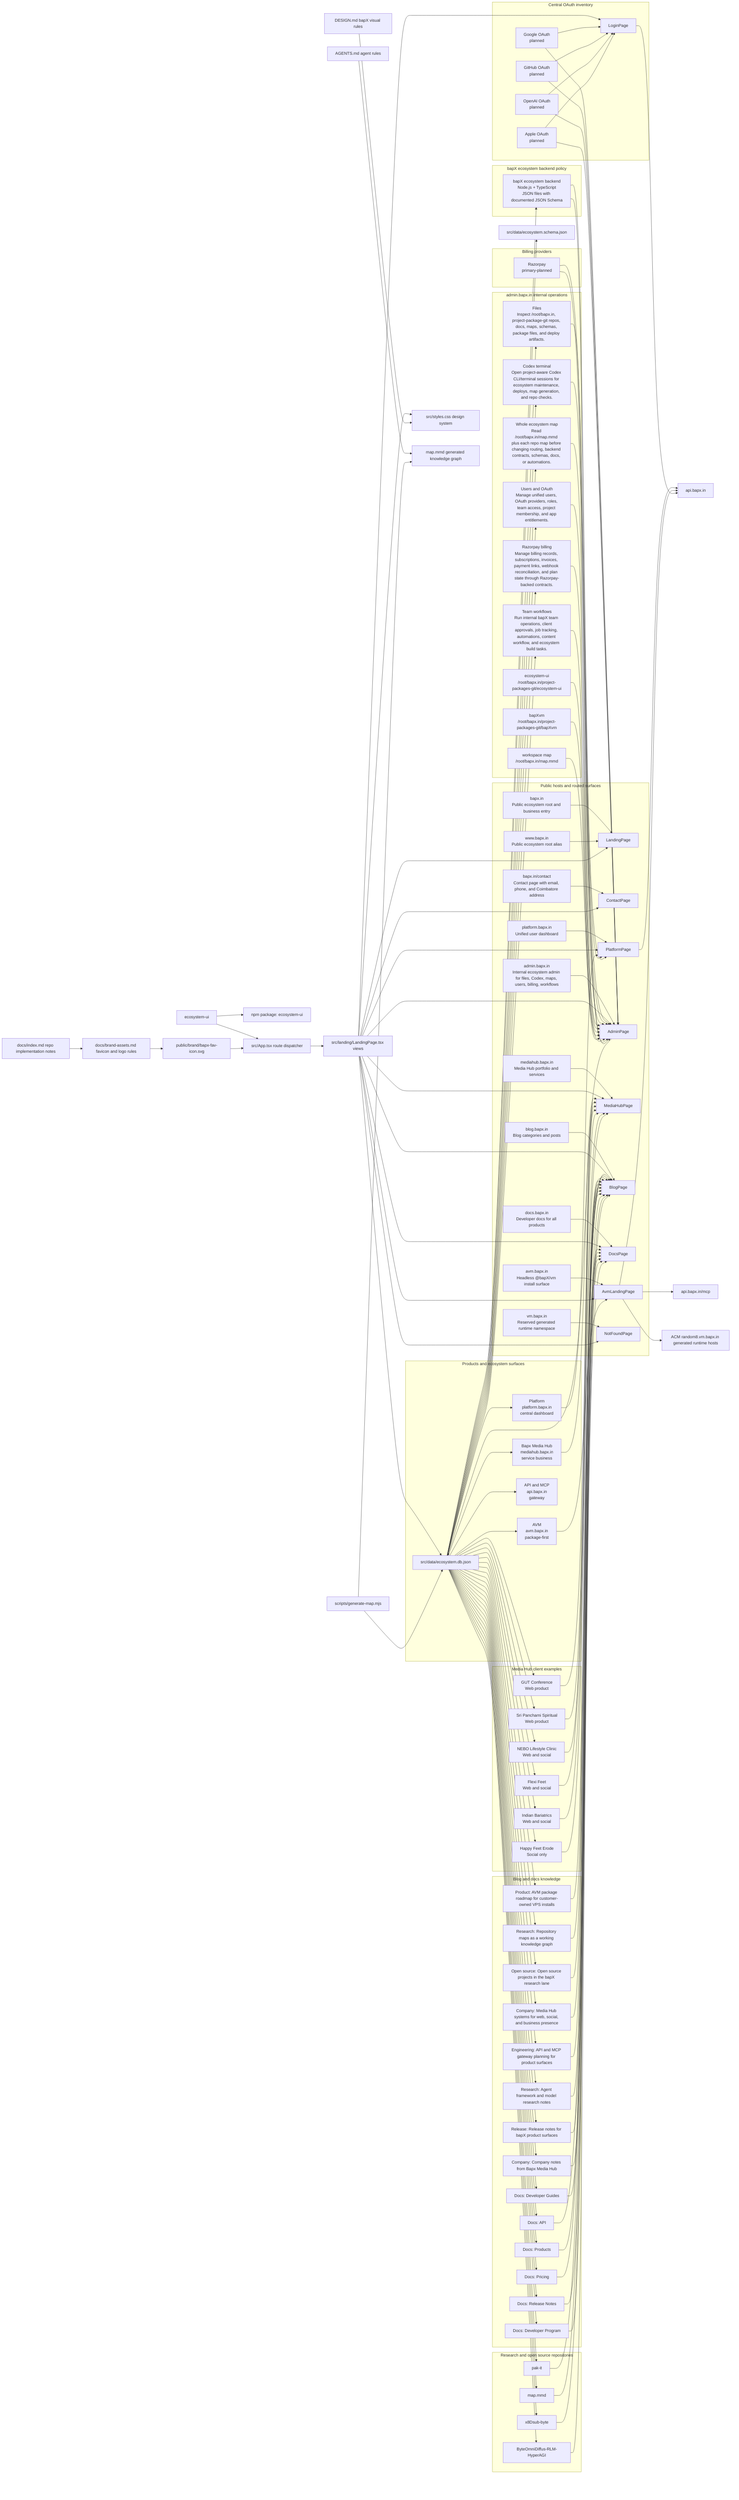
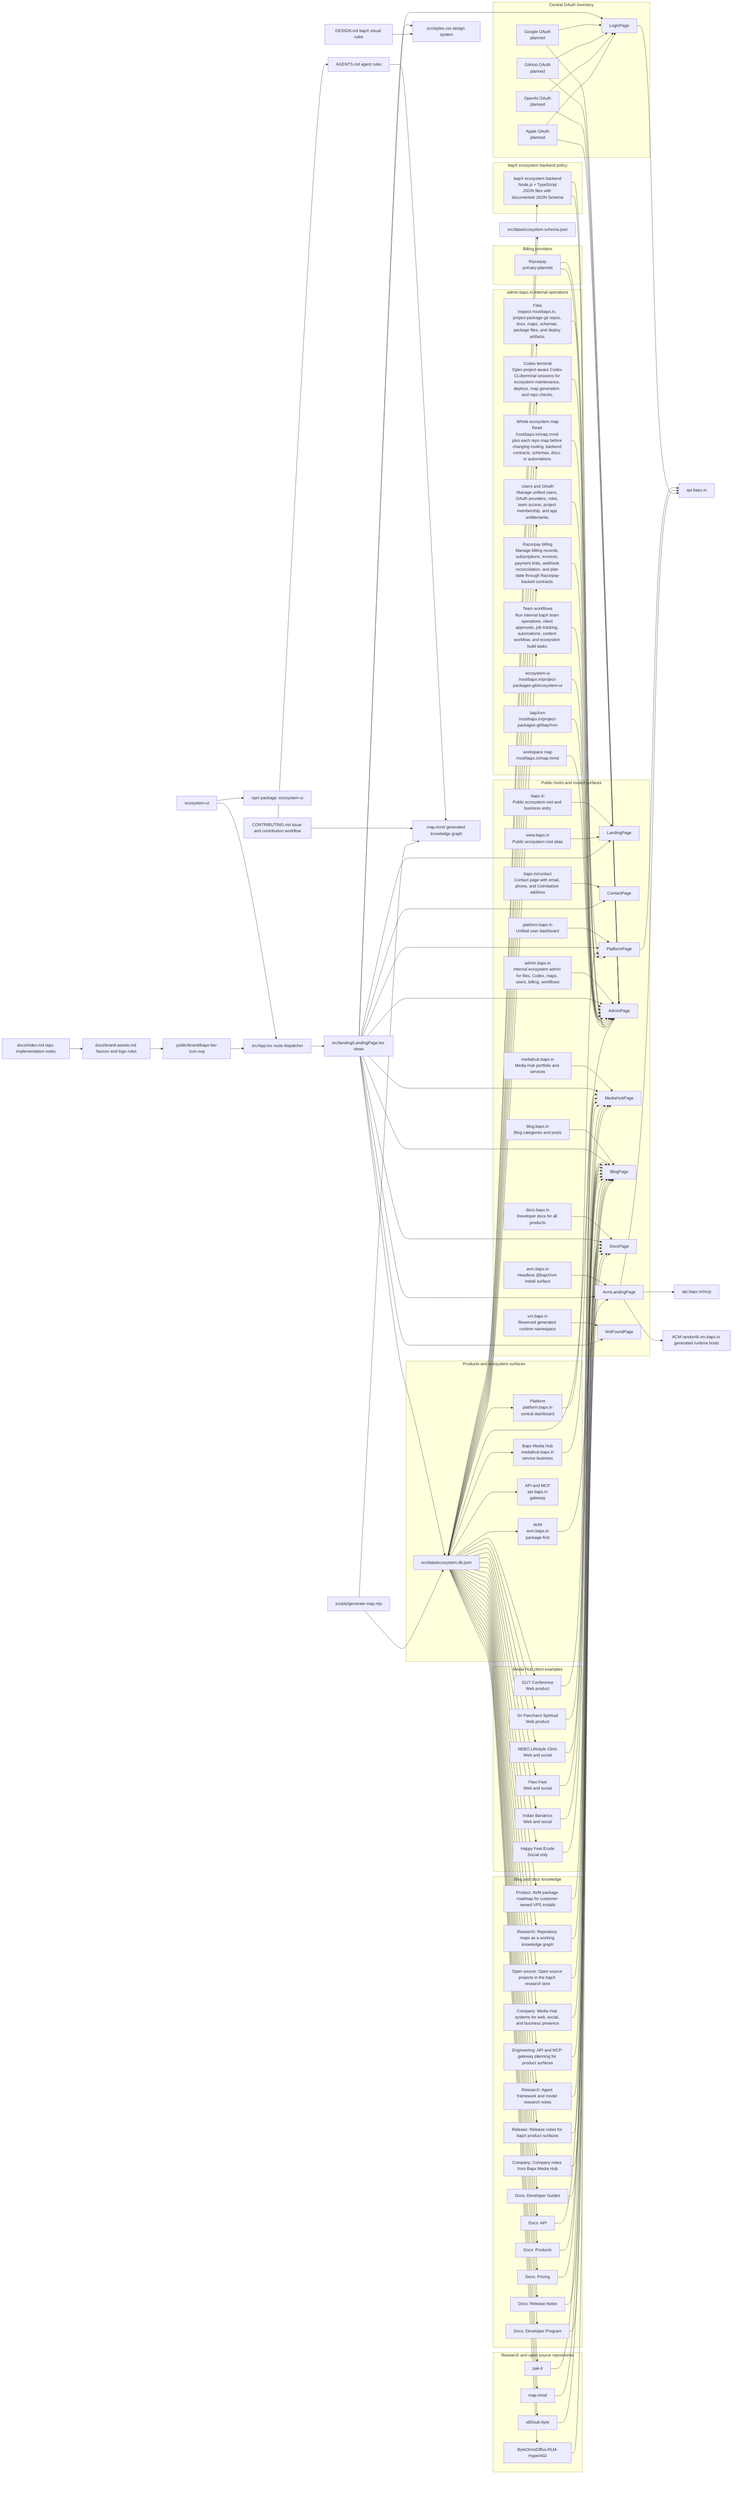
flowchart LR
  Repo["ecosystem-ui"]
  Package["npm package: ecosystem-ui"]
  App["src/App.tsx route dispatcher"]
  Landing["src/landing/LandingPage.tsx views"]
  Styles["src/styles.css design system"]
  Design["DESIGN.md bapX visual rules"]
  Agents["AGENTS.md agent rules"]
+   Contributing["CONTRIBUTING.md issue and contribution workflow"]
  RepoDocs["docs/index.md repo implementation notes"]
  BrandDocs["docs/brand-assets.md favicon and logo rules"]
  Favicon["public/brand/bapx-fav-icon.svg"]
  Data["src/data/ecosystem.db.json"]
  Schema["src/data/ecosystem.schema.json"]
  MapGen["scripts/generate-map.mjs"]
  Map["map.mmd generated knowledge graph"]
  Repo --> Package
  Repo --> App
  App --> Landing
  Landing --> Styles
  Landing --> Data
  Data --> Schema
  Design --> Styles
  RepoDocs --> BrandDocs
  BrandDocs --> Favicon
  Favicon --> App
  Agents --> Map
+   Contributing --> Map
+   Contributing --> Agents
  MapGen --> Map
  MapGen --> Data

  subgraph Hosts["Public hosts and routed surfaces"]
    Host_bapx_in["bapx.in<br/>Public ecosystem root and business entry"]
    Host_bapx_in --> LandingPage
    Host_bapx_in_contact["bapx.in/contact<br/>Contact page with email, phone, and Coimbatore address"]
    Host_bapx_in_contact --> ContactPage
    Host_www_bapx_in["www.bapx.in<br/>Public ecosystem root alias"]
    Host_www_bapx_in --> LandingPage
    Host_platform_bapx_in["platform.bapx.in<br/>Unified user dashboard"]
    Host_platform_bapx_in --> PlatformPage
    Host_admin_bapx_in["admin.bapx.in<br/>Internal ecosystem admin for files, Codex, maps, users, billing, workflows"]
    Host_admin_bapx_in --> AdminPage
    Host_mediahub_bapx_in["mediahub.bapx.in<br/>Media Hub portfolio and services"]
    Host_mediahub_bapx_in --> MediaHubPage
    Host_blog_bapx_in["blog.bapx.in<br/>Blog categories and posts"]
    Host_blog_bapx_in --> BlogPage
    Host_docs_bapx_in["docs.bapx.in<br/>Developer docs for all products"]
    Host_docs_bapx_in --> DocsPage
    Host_avm_bapx_in["avm.bapx.in<br/>Headless @bapX/vm install surface"]
    Host_avm_bapx_in --> AvmLandingPage
    Host_vm_bapx_in["vm.bapx.in<br/>Reserved generated runtime namespace"]
    Host_vm_bapx_in --> NotFoundPage
  end

  Landing --> LandingPage["LandingPage"]
  Landing --> PlatformPage["PlatformPage"]
  Landing --> AdminPage["AdminPage"]
  Landing --> ContactPage["ContactPage"]
  Landing --> LoginPage["LoginPage"]
  Landing --> MediaHubPage["MediaHubPage"]
  Landing --> BlogPage["BlogPage"]
  Landing --> DocsPage["DocsPage"]
  Landing --> AvmLandingPage["AvmLandingPage"]
  Landing --> NotFoundPage["NotFoundPage"]

  subgraph Products["Products and ecosystem surfaces"]
    Product_platform["Platform<br/>platform.bapx.in<br/>central dashboard"]
    Data --> Product_platform
    Product_platform --> PlatformPage
    Product_avm["AVM<br/>avm.bapx.in<br/>package-first"]
    Data --> Product_avm
    Product_avm --> AvmLandingPage
    Product_mediahub["Bapx Media Hub<br/>mediahub.bapx.in<br/>service business"]
    Data --> Product_mediahub
    Product_mediahub --> MediaHubPage
    Product_api["API and MCP<br/>api.bapx.in<br/>gateway"]
    Data --> Product_api
  end

  subgraph AdminOps["admin.bapx.in internal operations"]
    AdminPanel_files["Files<br/>Inspect /root/bapx.in, project-package-git repos, docs, maps, schemas, package files, and deploy artifacts."]
    Data --> AdminPanel_files
    AdminPanel_files --> AdminPage
    AdminPanel_codex_terminal["Codex terminal<br/>Open project-aware Codex CLI/terminal sessions for ecosystem maintenance, deploys, map generation, and repo checks."]
    Data --> AdminPanel_codex_terminal
    AdminPanel_codex_terminal --> AdminPage
    AdminPanel_whole_ecosystem_map["Whole ecosystem map<br/>Read /root/bapx.in/map.mmd plus each repo map before changing routing, backend contracts, schemas, docs, or automations."]
    Data --> AdminPanel_whole_ecosystem_map
    AdminPanel_whole_ecosystem_map --> AdminPage
    AdminPanel_users_and_oauth["Users and OAuth<br/>Manage unified users, OAuth providers, roles, team access, project membership, and app entitlements."]
    Data --> AdminPanel_users_and_oauth
    AdminPanel_users_and_oauth --> AdminPage
    AdminPanel_razorpay_billing["Razorpay billing<br/>Manage billing records, subscriptions, invoices, payment links, webhook reconciliation, and plan state through Razorpay-backed contracts."]
    Data --> AdminPanel_razorpay_billing
    AdminPanel_razorpay_billing --> AdminPage
    AdminPanel_team_workflows["Team workflows<br/>Run internal bapX team operations, client approvals, job tracking, automations, content workflow, and ecosystem build tasks."]
    Data --> AdminPanel_team_workflows
    AdminPanel_team_workflows --> AdminPage
    WorkspaceProject_ecosystem_ui["ecosystem-ui<br/>/root/bapx.in/project-packages-git/ecosystem-ui"]
    WorkspaceProject_ecosystem_ui --> AdminPage
    WorkspaceProject_bapxvm["bapXvm<br/>/root/bapx.in/project-packages-git/bapXvm"]
    WorkspaceProject_bapxvm --> AdminPage
    WorkspaceProject_workspace_map["workspace map<br/>/root/bapx.in/map.mmd"]
    WorkspaceProject_workspace_map --> AdminPage
  end

  subgraph BackendPolicy["bapX ecosystem backend policy"]
    EcosystemBackend["bapX ecosystem backend<br/>Node.js + TypeScript<br/>JSON files with documented JSON Schema"]
    EcosystemBackend --> AdminPage
    EcosystemBackend --> PlatformPage
    Data --> EcosystemBackend
  end

  subgraph Billing["Billing providers"]
    Billing_razorpay["Razorpay<br/>primary-planned"]
    Billing_razorpay --> AdminPage
    Billing_razorpay --> PlatformPage
  end

  subgraph Auth["Central OAuth inventory"]
    OAuth_google["Google OAuth<br/>planned"]
    OAuth_google --> AdminPage
    OAuth_google --> LoginPage
    OAuth_github["GitHub OAuth<br/>planned"]
    OAuth_github --> AdminPage
    OAuth_github --> LoginPage
    OAuth_openai["OpenAI OAuth<br/>planned"]
    OAuth_openai --> AdminPage
    OAuth_openai --> LoginPage
    OAuth_apple["Apple OAuth<br/>planned"]
    OAuth_apple --> AdminPage
    OAuth_apple --> LoginPage
  end

  subgraph BlogDocs["Blog and docs knowledge"]
    Blog_avm_package_roadmap_for_customer_owned_vps_installs["Product: AVM package roadmap for customer-owned VPS installs"]
    Data --> Blog_avm_package_roadmap_for_customer_owned_vps_installs
    Blog_avm_package_roadmap_for_customer_owned_vps_installs --> BlogPage
    Blog_repository_maps_as_a_working_knowledge_graph["Research: Repository maps as a working knowledge graph"]
    Data --> Blog_repository_maps_as_a_working_knowledge_graph
    Blog_repository_maps_as_a_working_knowledge_graph --> BlogPage
    Blog_open_source_projects_in_the_bapx_research_lane["Open source: Open source projects in the bapX research lane"]
    Data --> Blog_open_source_projects_in_the_bapx_research_lane
    Blog_open_source_projects_in_the_bapx_research_lane --> BlogPage
    Blog_media_hub_systems_for_web_social_and_business_presence["Company: Media Hub systems for web, social, and business presence"]
    Data --> Blog_media_hub_systems_for_web_social_and_business_presence
    Blog_media_hub_systems_for_web_social_and_business_presence --> BlogPage
    Blog_api_and_mcp_gateway_planning_for_product_surfaces["Engineering: API and MCP gateway planning for product surfaces"]
    Data --> Blog_api_and_mcp_gateway_planning_for_product_surfaces
    Blog_api_and_mcp_gateway_planning_for_product_surfaces --> BlogPage
    Blog_agent_framework_and_model_research_notes["Research: Agent framework and model research notes"]
    Data --> Blog_agent_framework_and_model_research_notes
    Blog_agent_framework_and_model_research_notes --> BlogPage
    Blog_release_notes_for_bapx_product_surfaces["Release: Release notes for bapX product surfaces"]
    Data --> Blog_release_notes_for_bapx_product_surfaces
    Blog_release_notes_for_bapx_product_surfaces --> BlogPage
    Blog_company_notes_from_bapx_media_hub["Company: Company notes from Bapx Media Hub"]
    Data --> Blog_company_notes_from_bapx_media_hub
    Blog_company_notes_from_bapx_media_hub --> BlogPage
    Docs_developer_guides["Docs: Developer Guides"]
    Data --> Docs_developer_guides
    Docs_developer_guides --> DocsPage
    Docs_api["Docs: API"]
    Data --> Docs_api
    Docs_api --> DocsPage
    Docs_products["Docs: Products"]
    Data --> Docs_products
    Docs_products --> DocsPage
    Docs_pricing["Docs: Pricing"]
    Data --> Docs_pricing
    Docs_pricing --> DocsPage
    Docs_release_notes["Docs: Release Notes"]
    Data --> Docs_release_notes
    Docs_release_notes --> DocsPage
    Docs_developer_program["Docs: Developer Program"]
    Data --> Docs_developer_program
    Docs_developer_program --> DocsPage
  end

  subgraph MediaHub["Media Hub client examples"]
    Client_gut_conference["GUT Conference<br/>Web product"]
    Data --> Client_gut_conference
    Client_gut_conference --> MediaHubPage
    Client_sri_panchami_spiritual["Sri Panchami Spiritual<br/>Web product"]
    Data --> Client_sri_panchami_spiritual
    Client_sri_panchami_spiritual --> MediaHubPage
    Client_nebo_lifestyle_clinic["NEBO Lifestyle Clinic<br/>Web and social"]
    Data --> Client_nebo_lifestyle_clinic
    Client_nebo_lifestyle_clinic --> MediaHubPage
    Client_flexi_feet["Flexi Feet<br/>Web and social"]
    Data --> Client_flexi_feet
    Client_flexi_feet --> MediaHubPage
    Client_indian_bariatrics["Indian Bariatrics<br/>Web and social"]
    Data --> Client_indian_bariatrics
    Client_indian_bariatrics --> MediaHubPage
    Client_happy_feet_erode["Happy Feet Erode<br/>Social only"]
    Data --> Client_happy_feet_erode
    Client_happy_feet_erode --> MediaHubPage
  end

  subgraph OpenSource["Research and open source repositories"]
    Repo_pak_it["pak-it"]
    Data --> Repo_pak_it
    Repo_pak_it --> BlogPage
    Repo_map_mmd["map.mmd"]
    Data --> Repo_map_mmd
    Repo_map_mmd --> BlogPage
    Repo_x8dsub_byte["x8Dsub-byte"]
    Data --> Repo_x8dsub_byte
    Repo_x8dsub_byte --> BlogPage
    Repo_byteomnidiffus_rlm_hyperagi["ByteOmniDiffus-RLM-HyperAGI"]
    Data --> Repo_byteomnidiffus_rlm_hyperagi
    Repo_byteomnidiffus_rlm_hyperagi --> BlogPage
  end


  ApiGateway["api.bapx.in"]
  McpGateway["api.bapx.in/mcp"]
  AvmRuntime["ACM random8.vm.bapx.in generated runtime hosts"]
  PlatformPage --> ApiGateway
  AdminPage --> Data
  AvmLandingPage --> ApiGateway
  AvmLandingPage --> McpGateway
  AvmLandingPage --> AvmRuntime
  LoginPage --> ApiGateway

